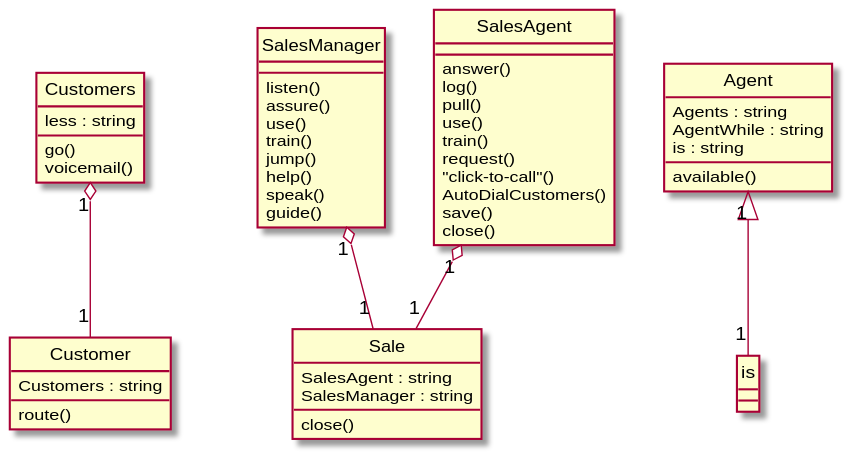
This is Diagrams/2014-USC-Project05.svg from xixixhalu/DomainModelExtractor, a PlantUML export, as it was before one commit. The source it was exported from:
```plantuml
@startuml
hide circle
class Customers {
	less : string
	go()
	voicemail()
}
class Sale {
	SalesAgent : string
	SalesManager : string
	close()
}
class Customer {
	Customers : string
	route()
}
class Agent {
	Agents : string
	AgentWhile : string
	is : string
	available()
}
class SalesManager {
	listen()
	assure()
	use()
	train()
	jump()
	help()
	speak()
	guide()
}
class SalesAgent {
	answer()
	log()
	pull()
	use()
	train()
	request()
	"click-to-call"()
	AutoDialCustomers()
	save()
	close()
}
Agent "1" <|-- "1" is
Customers "1" o-- "1" Customer
SalesAgent "1" o-- "1" Sale
SalesManager "1" o-- "1" Sale
@enduml
```
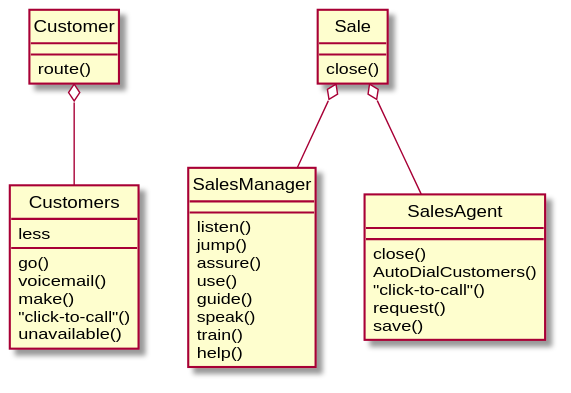
After the change.

The edit, as a diff of the source:
```diff
@@ -1,49 +1,37 @@
 @startuml
 hide circle
 class Customers {
-	less : string
+	less
 	go()
 	voicemail()
+	make()
+	"click-to-call"()
+	unavailable()
 }
 class Sale {
-	SalesAgent : string
-	SalesManager : string
 	close()
 }
 class Customer {
-	Customers : string
 	route()
-}
-class Agent {
-	Agents : string
-	AgentWhile : string
-	is : string
-	available()
 }
 class SalesManager {
 	listen()
+	jump()
 	assure()
 	use()
+	guide()
+	speak()
 	train()
-	jump()
 	help()
-	speak()
-	guide()
 }
 class SalesAgent {
-	answer()
-	log()
-	pull()
-	use()
-	train()
+	close()
+	AutoDialCustomers()
+	"click-to-call"()
 	request()
-	"click-to-call"()
-	AutoDialCustomers()
 	save()
-	close()
 }
-Agent "1" <|-- "1" is
-Customers "1" o-- "1" Customer
-SalesAgent "1" o-- "1" Sale
-SalesManager "1" o-- "1" Sale
+Customer o-- Customers
+Sale o-- SalesAgent
+Sale o-- SalesManager
 @enduml
```
